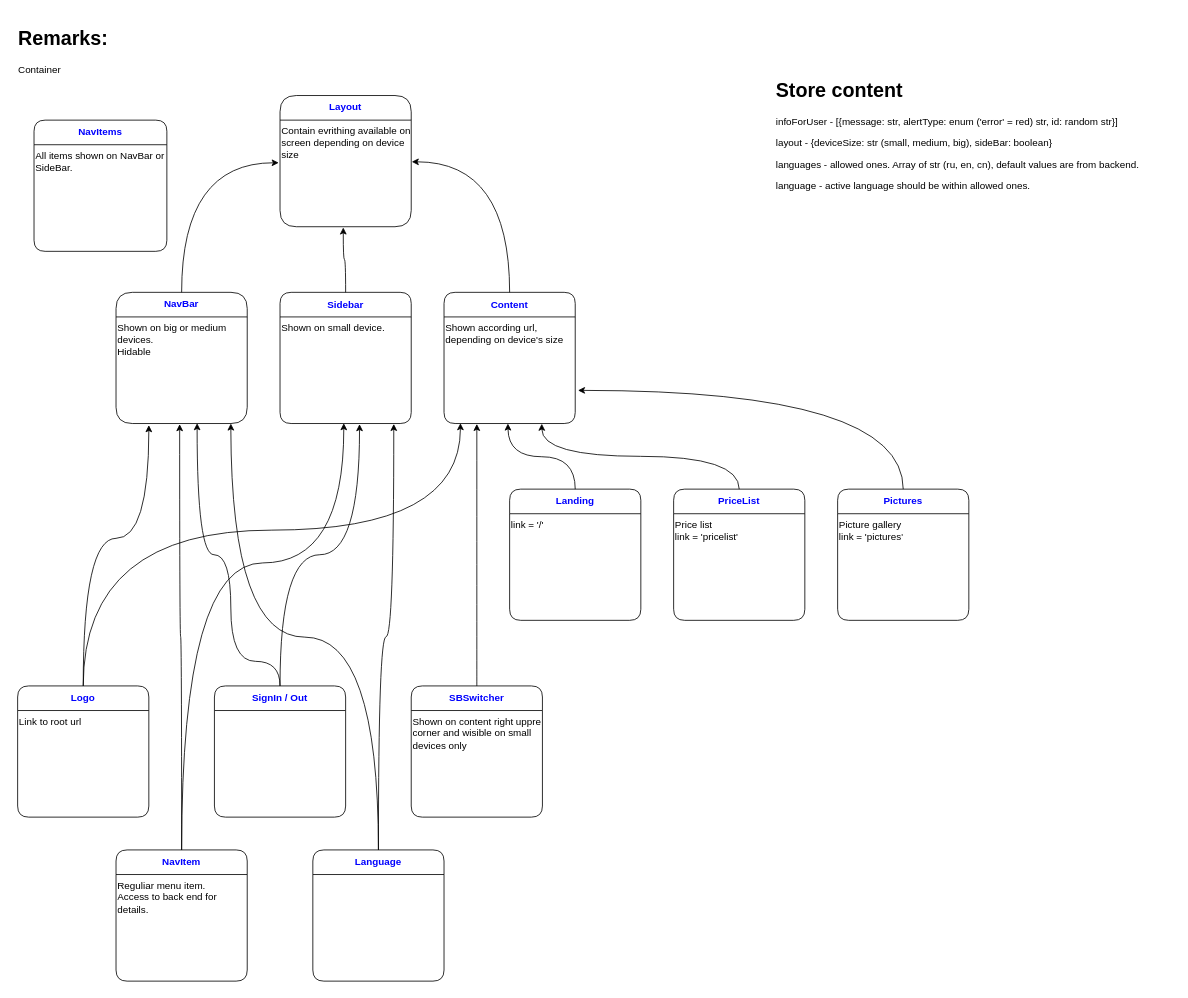
Above: page "application structure" (1 of 10) of market-coffee.drawio in Sergey190309/220415-market-caffee (draw.io), before the change. Source tidied: cells renumbered, new cells numbered last; positions are measured from the earlier drawing's top-left corner, leaving out a move shared by most shapes. Both pictures are drawn from the tidied source at 82%, with x=0, y=0 at pixel (14, 22).
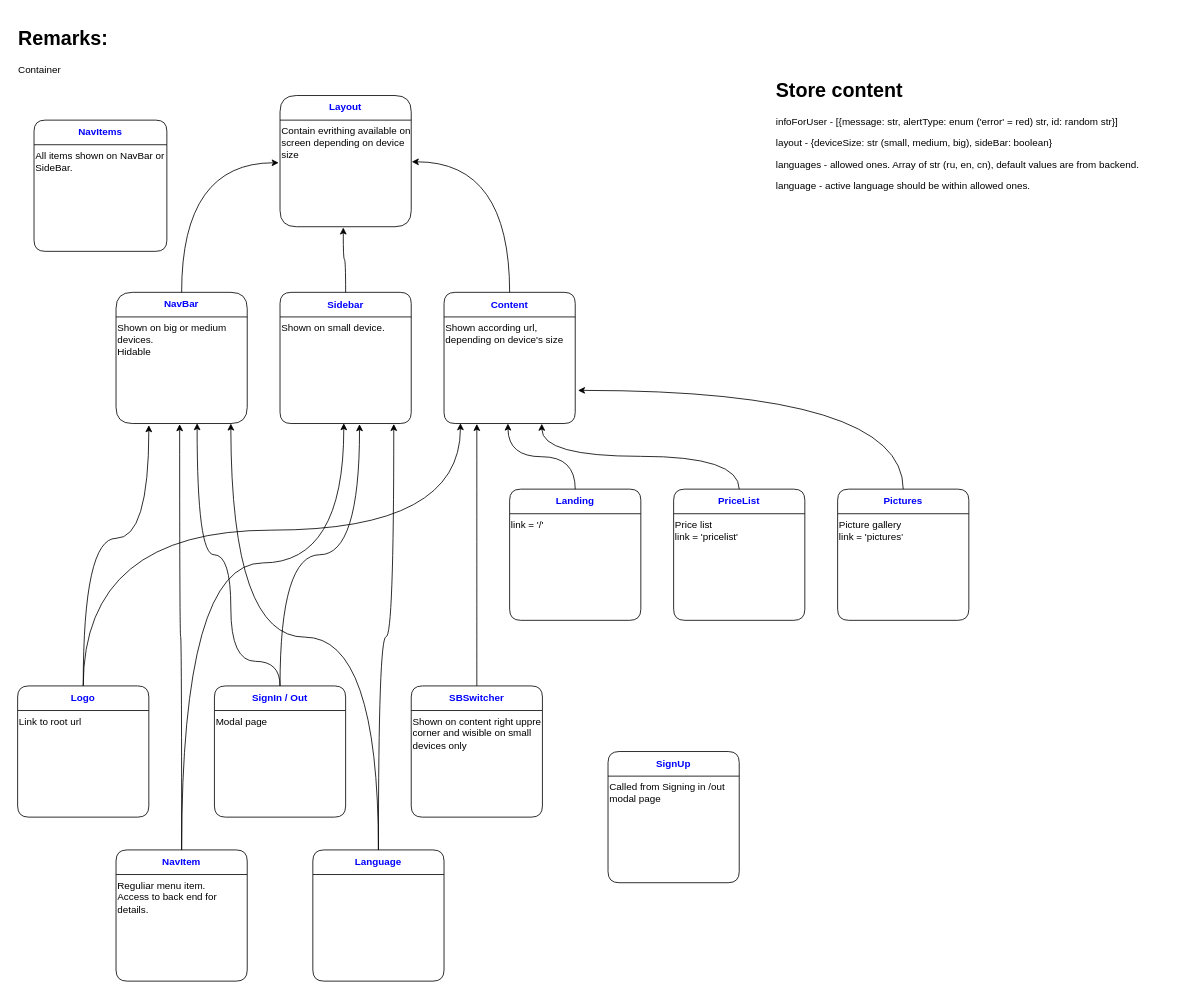
Above is the later version.

The change refers to these unchanged cells:
```xml
<mxCell id="16" style="shape=partialRectangle;html=1;whiteSpace=wrap;fillColor=none;top=0;left=0;bottom=0;right=0;" parent="15" vertex="1">
  <mxGeometry y="30" width="160" height="130" as="geometry" />
</mxCell>
```

The edit, as a diff of the source:
```diff
@@
-    <mxCell id="17" style="shape=partialRectangle;html=1;whiteSpace=wrap;fillColor=none;top=0;left=0;bottom=0;right=0;overflow=hidden;align=left;verticalAlign=top;" parent="16" vertex="1">
+    <mxCell id="17" value="Modal page" style="shape=partialRectangle;html=1;whiteSpace=wrap;fillColor=none;top=0;left=0;bottom=0;right=0;overflow=hidden;align=left;verticalAlign=top;" parent="16" vertex="1">
       <mxGeometry width="160" height="130" as="geometry" />
     </mxCell>
@@
+    <mxCell id="61" value="&lt;font color=&quot;#0000ff&quot;&gt;SignUp&lt;br&gt;&lt;/font&gt;" style="shape=table;html=1;whiteSpace=wrap;startSize=30;childLayout=tableLayout;fontStyle=1;align=center;rounded=1;strokeColor=#000000;" parent="2" vertex="1">
+      <mxGeometry x="724" y="889" width="160" height="160" as="geometry" />
+    </mxCell>
+    <mxCell id="62" style="shape=partialRectangle;html=1;whiteSpace=wrap;fillColor=none;top=0;left=0;bottom=0;right=0;" parent="61" vertex="1">
+      <mxGeometry y="30" width="160" height="130" as="geometry" />
+    </mxCell>
+    <mxCell id="63" value="Called from Signing in /out modal page" style="shape=partialRectangle;html=1;whiteSpace=wrap;fillColor=none;top=0;left=0;bottom=0;right=0;overflow=hidden;align=left;verticalAlign=top;" parent="62" vertex="1">
+      <mxGeometry width="160" height="130" as="geometry" />
+    </mxCell>
```
